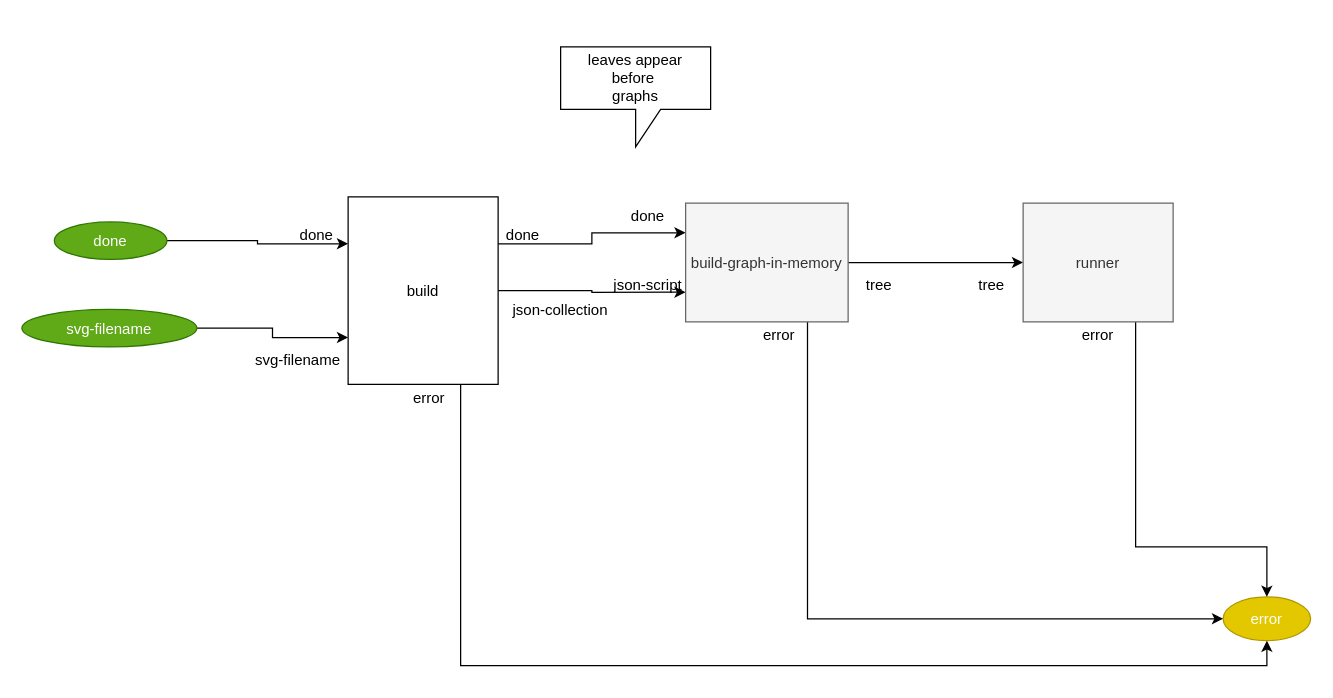
Before: page "0. build-load-and-run" (1 of 5) of build_process/cl-build/build.drawio in bmfbp/bmfbp, a draw.io diagram. Source tidied: cells renumbered, new cells numbered last; positions are measured from the earlier drawing's top-left corner, leaving out a move shared by most shapes. Both pictures are drawn from the tidied source at 125%, with x=0, y=0 at pixel (21, 46).
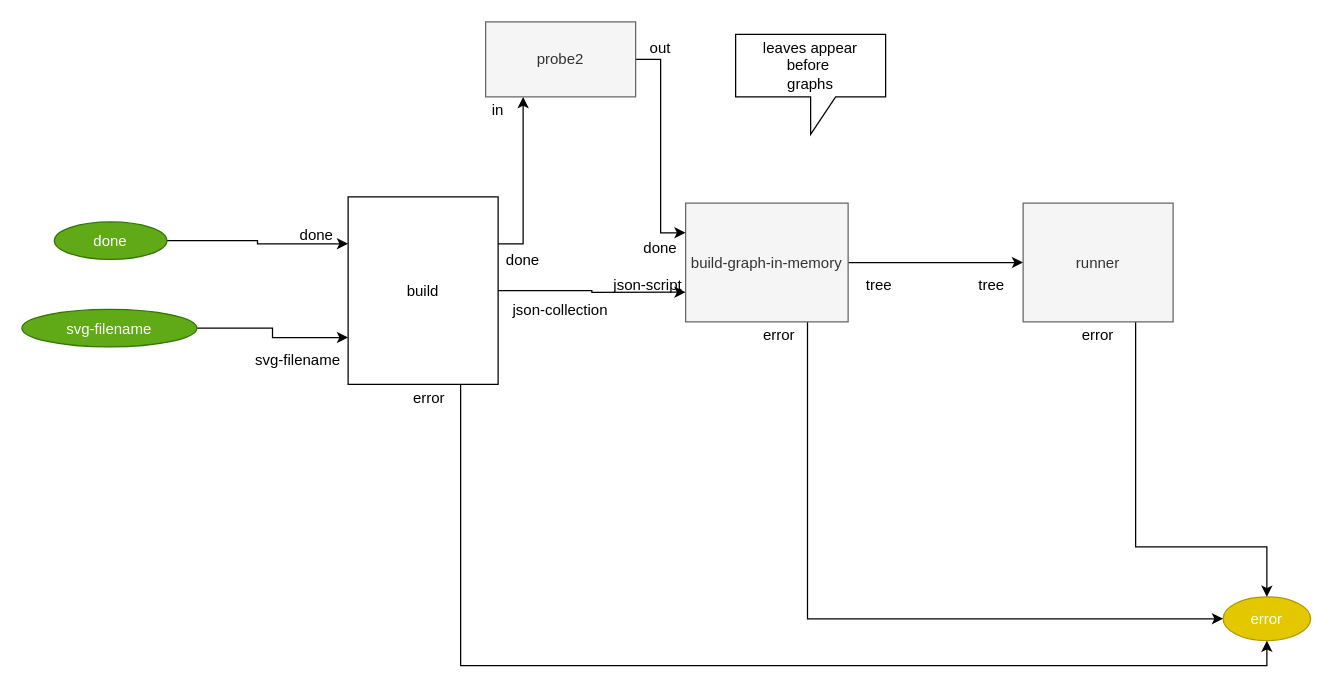
After the change.

The change refers to these unchanged cells:
```xml
<mxCell id="10" value="build" style="rounded=0;" parent="1" vertex="1">
  <mxGeometry x="261" y="120" width="120" height="150" as="geometry" />
</mxCell>
<mxCell id="13" value="build-graph-in-memory" style="rounded=0;fillColor=#f5f5f5;strokeColor=#666666;fontColor=#333333;" parent="1" vertex="1">
  <mxGeometry x="531" y="125" width="130" height="95" as="geometry" />
</mxCell>
```

The edit, as a diff of the source:
```diff
@@
-    <mxCell id="9" style="edgeStyle=orthogonalEdgeStyle;rounded=0;jettySize=auto;html=1;exitX=1;exitY=0.25;exitDx=0;exitDy=0;entryX=0;entryY=0.25;entryDx=0;entryDy=0;" parent="1" edge="1" source="10" target="13">
-      <mxGeometry relative="1" as="geometry" />
-    </mxCell>
+    <mxCell id="28" style="edgeStyle=orthogonalEdgeStyle;rounded=0;jettySize=auto;html=1;exitX=1;exitY=0.25;exitDx=0;exitDy=0;entryX=0.25;entryY=1;entryDx=0;entryDy=0;" parent="1" edge="1" source="10" target="30">
+      <mxGeometry relative="1" as="geometry" />
+    </mxCell>
@@
     <mxCell id="25" value="leaves appear &lt;br&gt;before&amp;nbsp;&lt;br&gt;graphs" style="shape=callout;whiteSpace=wrap;html=1;perimeter=calloutPerimeter;" parent="1" vertex="1">
-      <mxGeometry x="431" width="120" height="80" as="geometry" />
+      <mxGeometry x="571" y="-10" width="120" height="80" as="geometry" />
     </mxCell>
     <mxCell id="26" value="done" style="text;strokeColor=none;fillColor=none;align=center;verticalAlign=middle;rounded=0;" parent="1" vertex="1">
-      <mxGeometry x="471" y="125" width="60" height="20" as="geometry" />
+      <mxGeometry x="491" y="150" width="40" height="20" as="geometry" />
     </mxCell>
     <mxCell id="27" value="done" style="text;strokeColor=none;fillColor=none;align=center;verticalAlign=middle;rounded=0;" parent="1" vertex="1">
-      <mxGeometry x="381" y="140" width="40" height="20" as="geometry" />
+      <mxGeometry x="381" y="160" width="40" height="20" as="geometry" />
     </mxCell>
+    <mxCell id="29" style="edgeStyle=orthogonalEdgeStyle;rounded=0;jettySize=auto;html=1;exitX=1;exitY=0.5;exitDx=0;exitDy=0;entryX=0;entryY=0.25;entryDx=0;entryDy=0;" parent="1" edge="1" source="30" target="13">
+      <mxGeometry relative="1" as="geometry" />
+    </mxCell>
+    <mxCell id="30" value="probe2" style="rounded=0;whiteSpace=wrap;html=1;fillColor=#f5f5f5;strokeColor=#666666;fontColor=#333333;" parent="1" vertex="1">
+      <mxGeometry x="371" y="-20" width="120" height="60" as="geometry" />
+    </mxCell>
+    <mxCell id="31" value="in" style="text;strokeColor=none;fillColor=none;align=center;verticalAlign=middle;rounded=0;" parent="1" vertex="1">
+      <mxGeometry x="361" y="40" width="40" height="20" as="geometry" />
+    </mxCell>
+    <mxCell id="32" value="out" style="text;strokeColor=none;fillColor=none;align=center;verticalAlign=middle;rounded=0;" parent="1" vertex="1">
+      <mxGeometry x="491" y="-10" width="40" height="20" as="geometry" />
+    </mxCell>
```
